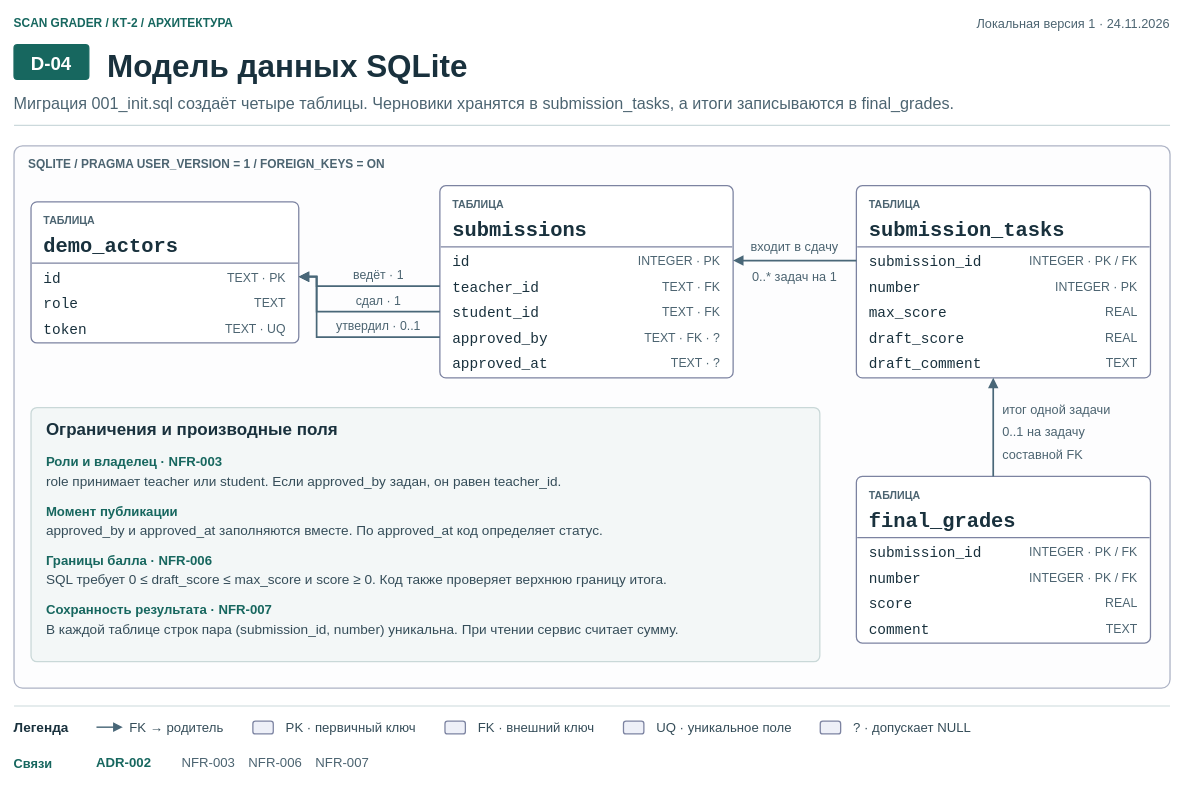
The draw.io diagram page "D-04 · Модель данных SQLite" (4 of 6) of docs/architecture/scan-grader.drawio in imogenclam/scanGrader_NIS, before the edit. Source tidied: cells renumbered, new cells numbered last; positions are measured from the earlier drawing's top-left corner, leaving out a move shared by most shapes. Both pictures are drawn from the tidied source at 85%, with x=0, y=0 at pixel (14, 14).
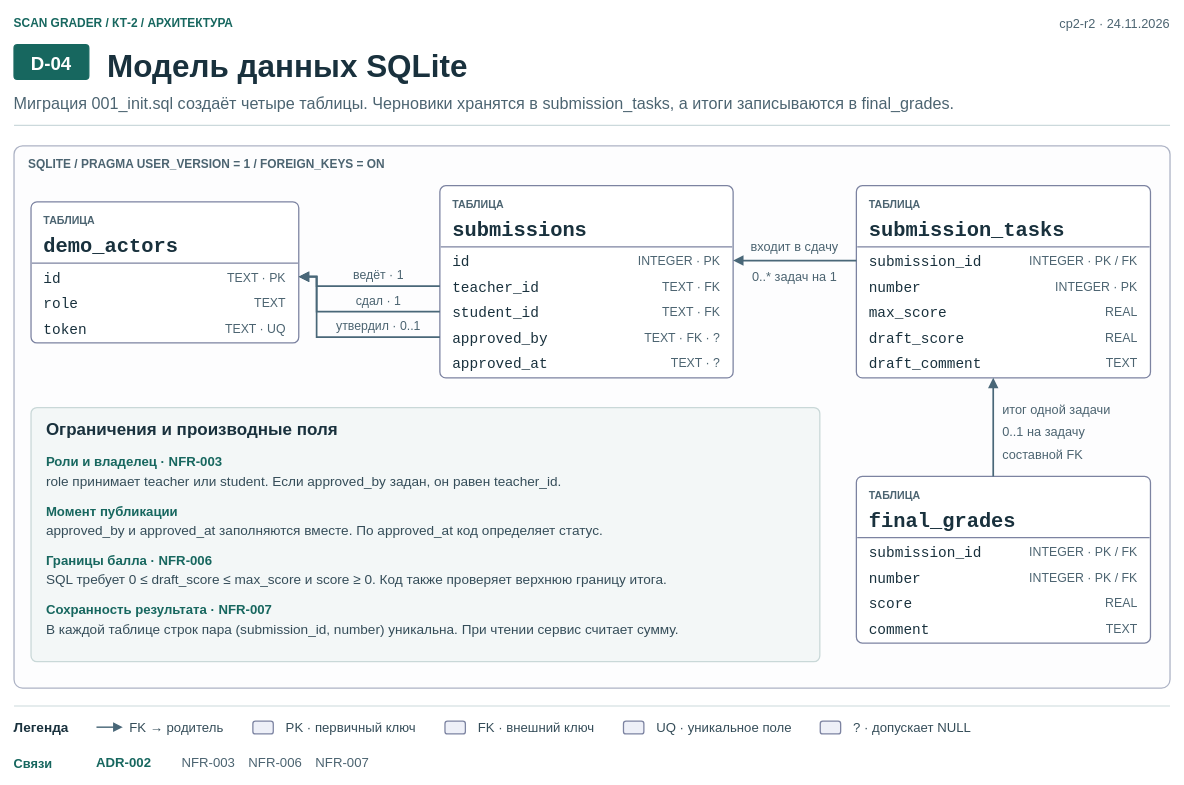
After the change.

Diff of the diagram source:
```diff
@@
-    <mxCell id="3" value="Локальная версия 1   ·   24.11.2026" style="text;html=0;whiteSpace=nowrap;strokeColor=none;fillColor=none;align=right;verticalAlign=middle;fontFamily=Arial;fontSize=15;fontColor=#4C6471;fontStyle=0;spacing=0;spacingTop=0;spacingLeft=0;spacingRight=0;spacingBottom=0;" parent="1" vertex="1">
+    <mxCell id="3" value="cp2-r2   ·   24.11.2026" style="text;html=0;whiteSpace=nowrap;strokeColor=none;fillColor=none;align=right;verticalAlign=middle;fontFamily=Arial;fontSize=15;fontColor=#4C6471;fontStyle=0;spacing=0;spacingTop=0;spacingLeft=0;spacingRight=0;spacingBottom=0;" parent="1" vertex="1">
       <mxGeometry x="750" width="610" height="20" as="geometry" />
     </mxCell>
```
